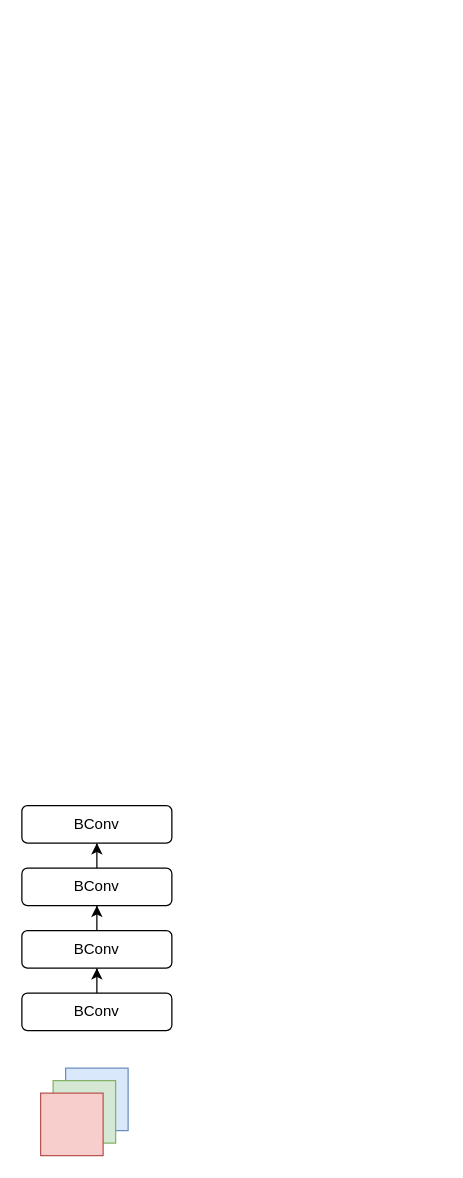
Above: yolov7.drawio in YANGJUNYAN0715/papers (draw.io), before the change. Source tidied: cells renumbered, new cells numbered last; positions are measured from the earlier drawing's top-left corner, leaving out a move shared by most shapes. Both pictures are drawn from the tidied source at 125%, with x=0, y=0 at pixel (21, 805).
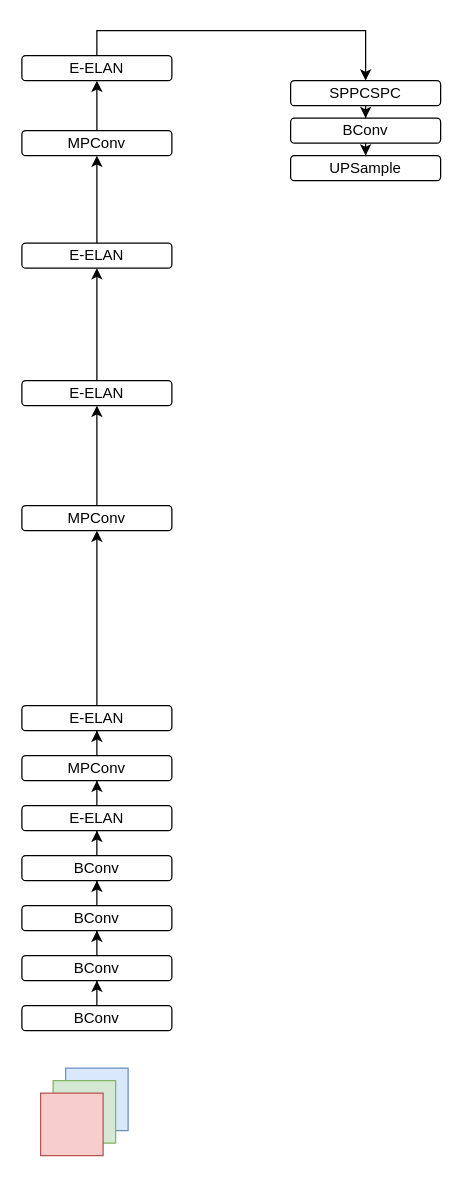
Above is the later version.

Change to the diagram source:
```diff
@@
     <mxCell id="6" value="BConv" style="rounded=1;whiteSpace=wrap;html=1;" parent="1" vertex="1">
-      <mxGeometry y="150" width="120" height="30" as="geometry" />
+      <mxGeometry y="160" width="120" height="20" as="geometry" />
     </mxCell>
@@
     <mxCell id="8" value="BConv" style="rounded=1;whiteSpace=wrap;html=1;" parent="1" vertex="1">
-      <mxGeometry y="100" width="120" height="30" as="geometry" />
+      <mxGeometry y="120" width="120" height="20" as="geometry" />
     </mxCell>
@@
     <mxCell id="10" value="BConv" style="rounded=1;whiteSpace=wrap;html=1;" parent="1" vertex="1">
-      <mxGeometry y="50" width="120" height="30" as="geometry" />
+      <mxGeometry y="80" width="120" height="20" as="geometry" />
     </mxCell>
+    <mxCell id="12" style="edgeStyle=orthogonalEdgeStyle;rounded=0;jettySize=auto;html=1;exitX=0.5;exitY=0;exitDx=0;exitDy=0;" parent="1" edge="1" source="11" target="14">
+      <mxGeometry relative="1" as="geometry" />
+    </mxCell>
     <mxCell id="11" value="BConv" style="rounded=1;whiteSpace=wrap;html=1;" parent="1" vertex="1">
-      <mxGeometry width="120" height="30" as="geometry" />
+      <mxGeometry y="40" width="120" height="20" as="geometry" />
     </mxCell>
+    <mxCell id="13" style="edgeStyle=orthogonalEdgeStyle;rounded=0;jettySize=auto;html=1;exitX=0.5;exitY=0;exitDx=0;exitDy=0;" parent="1" edge="1" source="14" target="16">
+      <mxGeometry relative="1" as="geometry" />
+    </mxCell>
+    <mxCell id="14" value="E-ELAN" style="rounded=1;whiteSpace=wrap;html=1;" parent="1" vertex="1">
+      <mxGeometry width="120" height="20" as="geometry" />
+    </mxCell>
+    <mxCell id="15" style="edgeStyle=orthogonalEdgeStyle;rounded=0;jettySize=auto;html=1;exitX=0.5;exitY=0;exitDx=0;exitDy=0;" parent="1" edge="1" source="16" target="18">
+      <mxGeometry relative="1" as="geometry" />
+    </mxCell>
+    <mxCell id="16" value="MPConv" style="rounded=1;whiteSpace=wrap;html=1;" parent="1" vertex="1">
+      <mxGeometry y="-40" width="120" height="20" as="geometry" />
+    </mxCell>
+    <mxCell id="17" style="edgeStyle=orthogonalEdgeStyle;rounded=0;jettySize=auto;html=1;exitX=0.5;exitY=0;exitDx=0;exitDy=0;" parent="1" edge="1" source="18" target="20">
+      <mxGeometry relative="1" as="geometry" />
+    </mxCell>
+    <mxCell id="18" value="E-ELAN" style="rounded=1;whiteSpace=wrap;html=1;" parent="1" vertex="1">
+      <mxGeometry y="-80" width="120" height="20" as="geometry" />
+    </mxCell>
+    <mxCell id="19" style="edgeStyle=orthogonalEdgeStyle;rounded=0;jettySize=auto;html=1;" parent="1" edge="1" source="20" target="22">
+      <mxGeometry relative="1" as="geometry" />
+    </mxCell>
+    <mxCell id="20" value="MPConv" style="rounded=1;whiteSpace=wrap;html=1;" parent="1" vertex="1">
+      <mxGeometry y="-240" width="120" height="20" as="geometry" />
+    </mxCell>
+    <mxCell id="21" style="edgeStyle=orthogonalEdgeStyle;rounded=0;jettySize=auto;html=1;exitX=0.5;exitY=0;exitDx=0;exitDy=0;" parent="1" edge="1" source="22" target="24">
+      <mxGeometry relative="1" as="geometry" />
+    </mxCell>
+    <mxCell id="22" value="E-ELAN" style="rounded=1;whiteSpace=wrap;html=1;" parent="1" vertex="1">
+      <mxGeometry y="-340" width="120" height="20" as="geometry" />
+    </mxCell>
+    <mxCell id="23" style="edgeStyle=orthogonalEdgeStyle;rounded=0;jettySize=auto;html=1;exitX=0.5;exitY=0;exitDx=0;exitDy=0;" parent="1" edge="1" source="24" target="26">
+      <mxGeometry relative="1" as="geometry" />
+    </mxCell>
+    <mxCell id="24" value="E-ELAN" style="rounded=1;whiteSpace=wrap;html=1;" parent="1" vertex="1">
+      <mxGeometry y="-450" width="120" height="20" as="geometry" />
+    </mxCell>
+    <mxCell id="25" style="edgeStyle=orthogonalEdgeStyle;rounded=0;jettySize=auto;html=1;exitX=0.5;exitY=0;exitDx=0;exitDy=0;" parent="1" edge="1" source="26" target="28">
+      <mxGeometry relative="1" as="geometry" />
+    </mxCell>
+    <mxCell id="26" value="MPConv" style="rounded=1;whiteSpace=wrap;html=1;" parent="1" vertex="1">
+      <mxGeometry y="-540" width="120" height="20" as="geometry" />
+    </mxCell>
+    <mxCell id="27" style="edgeStyle=orthogonalEdgeStyle;rounded=0;jettySize=auto;html=1;exitX=0.5;exitY=0;exitDx=0;exitDy=0;entryX=0.5;entryY=0;entryDx=0;entryDy=0;" parent="1" edge="1" source="28" target="30">
+      <mxGeometry relative="1" as="geometry" />
+    </mxCell>
+    <mxCell id="28" value="E-ELAN" style="rounded=1;whiteSpace=wrap;html=1;" parent="1" vertex="1">
+      <mxGeometry y="-600" width="120" height="20" as="geometry" />
+    </mxCell>
+    <mxCell id="29" style="edgeStyle=orthogonalEdgeStyle;rounded=0;jettySize=auto;html=1;exitX=0.5;exitY=1;exitDx=0;exitDy=0;" parent="1" edge="1" source="30" target="32">
+      <mxGeometry relative="1" as="geometry" />
+    </mxCell>
+    <mxCell id="30" value="SPPCSPC" style="rounded=1;whiteSpace=wrap;html=1;" parent="1" vertex="1">
+      <mxGeometry x="215" y="-580" width="120" height="20" as="geometry" />
+    </mxCell>
+    <mxCell id="31" style="edgeStyle=orthogonalEdgeStyle;rounded=0;jettySize=auto;html=1;exitX=0.5;exitY=1;exitDx=0;exitDy=0;" parent="1" edge="1" source="32" target="33">
+      <mxGeometry relative="1" as="geometry" />
+    </mxCell>
+    <mxCell id="32" value="BConv" style="rounded=1;whiteSpace=wrap;html=1;" parent="1" vertex="1">
+      <mxGeometry x="215" y="-550" width="120" height="20" as="geometry" />
+    </mxCell>
+    <mxCell id="33" value="UPSample" style="rounded=1;whiteSpace=wrap;html=1;" parent="1" vertex="1">
+      <mxGeometry x="215" y="-520" width="120" height="20" as="geometry" />
+    </mxCell>
```
